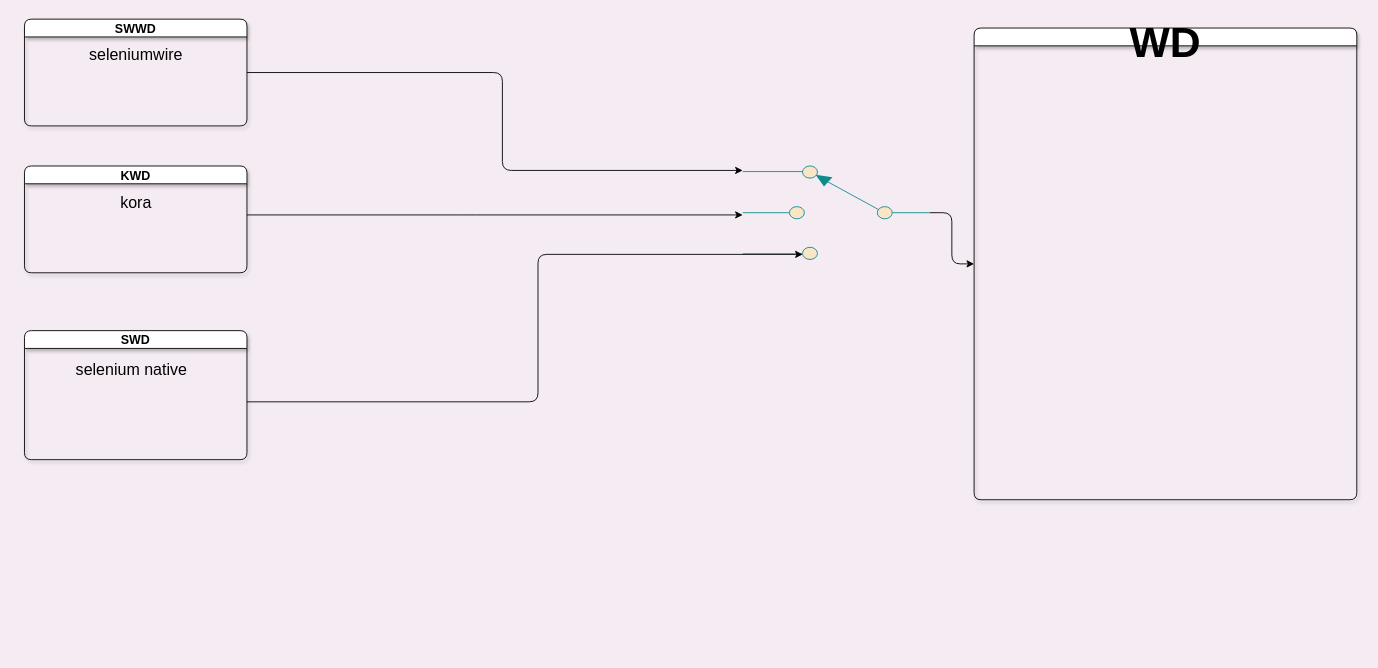
This is page "WD" (4 of 8) of DOC/diagrams.net/Diagram.drawio from DavidkaBenAvraham/Katia, a draw.io file, before an edit. Source tidied: cells renumbered, new cells numbered last; positions are measured from the earlier drawing's top-left corner, leaving out a move shared by most shapes. Both pictures are drawn from the tidied source at 89%, with x=0, y=0 at pixel (15, 19).
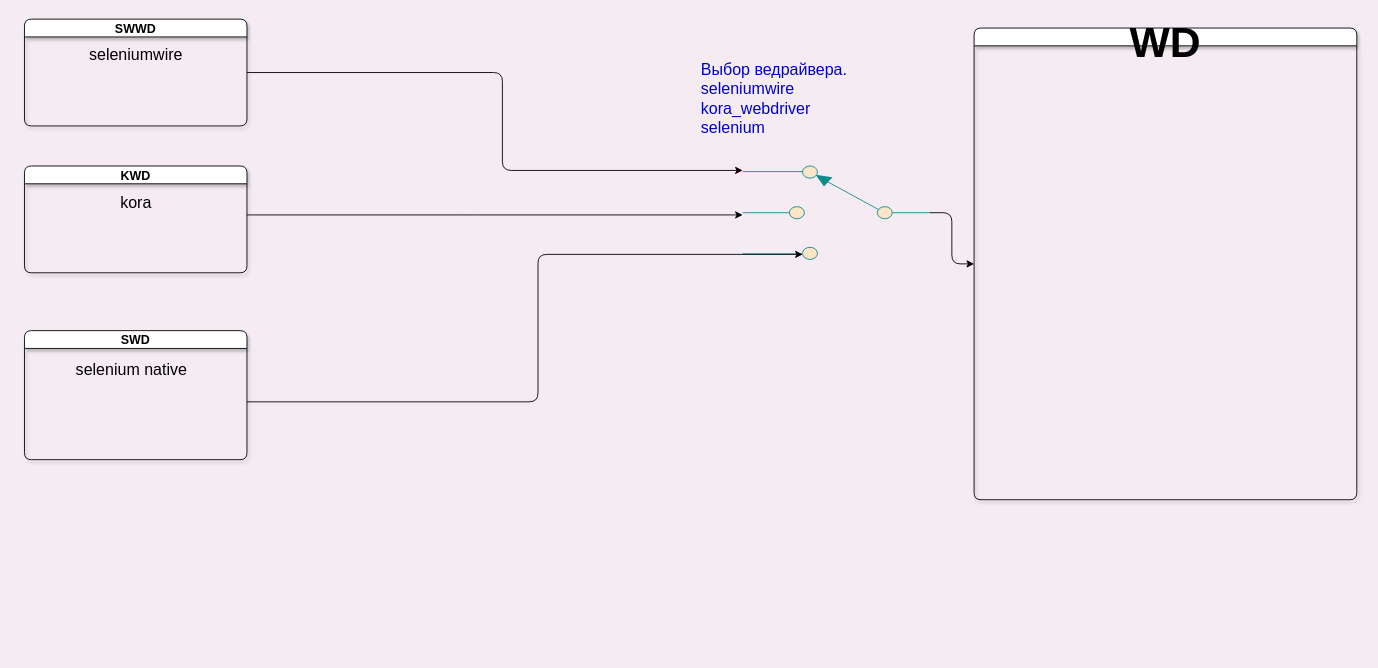
Above is the later version.

Unchanged cells that the change refers to:
```xml
<mxCell id="3" style="group;" parent="2" vertex="1">
  <mxGeometry width="1507" height="540" as="geometry" />
</mxCell>
```

What changed in the source:
```diff
@@
+    <mxCell id="17" value="&lt;div style=&quot;text-align: left;&quot;&gt;Выбор ведрайвера.&lt;/div&gt;&lt;div style=&quot;text-align: left;&quot;&gt;seleniumwire&lt;/div&gt;&lt;div style=&quot;text-align: left;&quot;&gt;kora_webdriver&lt;/div&gt;&lt;div style=&quot;text-align: left;&quot;&gt;selenium&lt;/div&gt;" style="text;html=1;align=center;verticalAlign=middle;strokeColor=none;fillColor=none;fontSize=18;fontFamily=Helvetica;fontColor=#0000CC;" parent="3" vertex="1">
+      <mxGeometry x="757" y="40" width="190" height="100" as="geometry" />
+    </mxCell>
```
